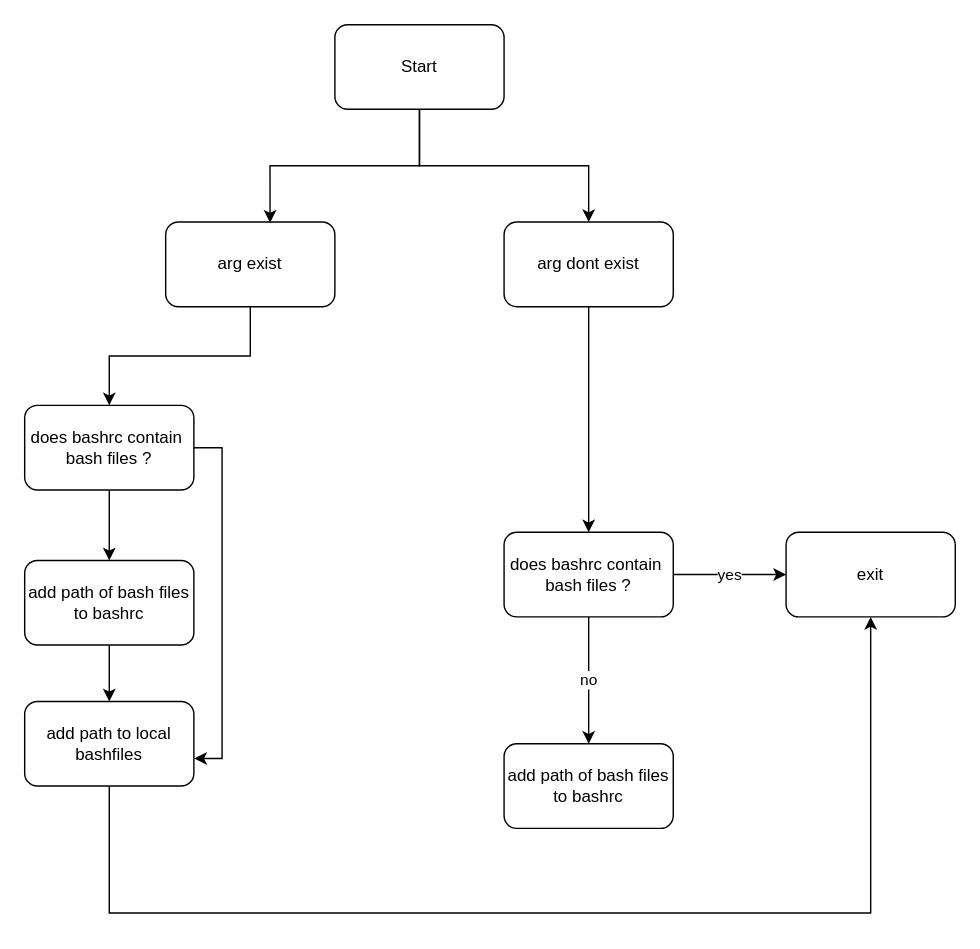
streamtechteam/global_path_add keeps this draw.io diagram as global_path_add.drawio. Above is the earlier version. Source tidied: cells renumbered, new cells numbered last; positions are measured from the earlier drawing's top-left corner, leaving out a move shared by most shapes. Both pictures are drawn from the tidied source at 141%, with x=0, y=0 at pixel (24, 24).
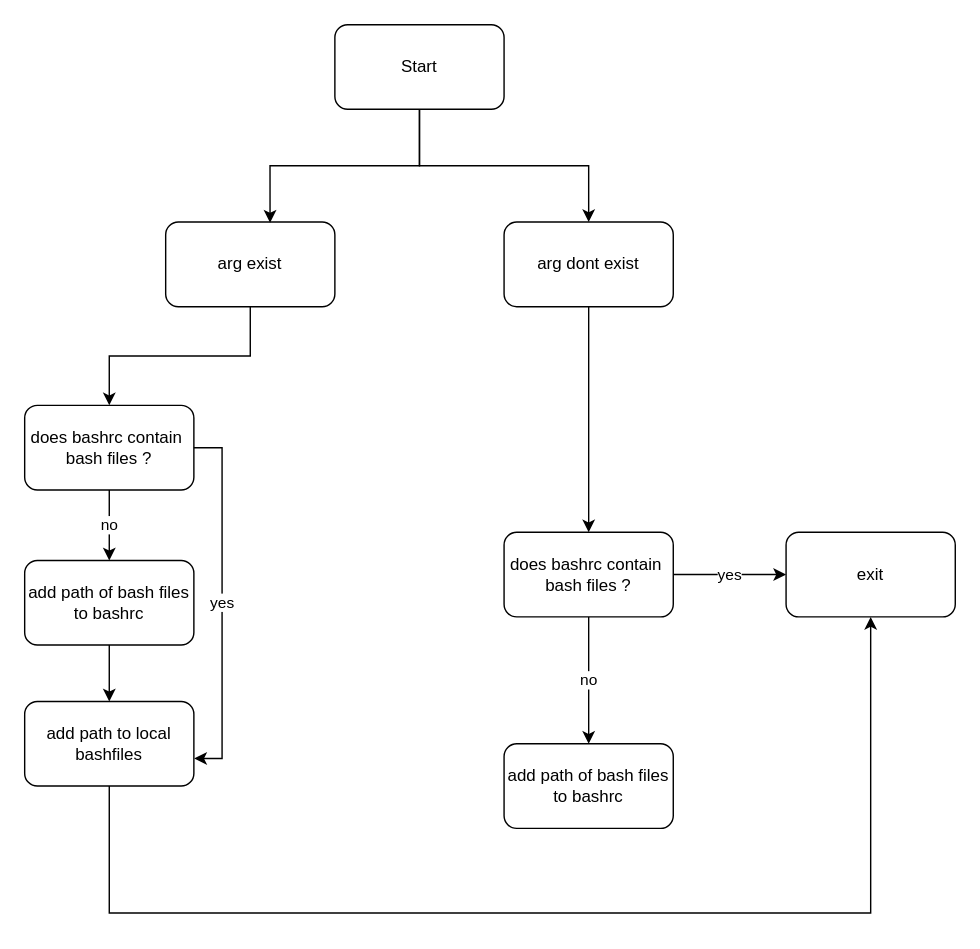
The same page after the edit.

The change refers to these unchanged cells:
```xml
<mxCell id="13" value="add path to local bashfiles" style="whiteSpace=wrap;html=1;rounded=1;" parent="1" vertex="1">
  <mxGeometry y="480" width="120" height="60" as="geometry" />
</mxCell>
<mxCell id="17" value="does bashrc contain&amp;nbsp;&lt;div&gt;bash files ?&lt;/div&gt;" style="whiteSpace=wrap;html=1;rounded=1;" parent="1" vertex="1">
  <mxGeometry y="270" width="120" height="60" as="geometry" />
</mxCell>
<mxCell id="19" value="add path of bash files to bashrc" style="whiteSpace=wrap;html=1;rounded=1;" parent="1" vertex="1">
  <mxGeometry y="380" width="120" height="60" as="geometry" />
</mxCell>
```

Diff of the diagram source:
```diff
@@
-    <mxCell id="16" style="edgeStyle=orthogonalEdgeStyle;rounded=0;jettySize=auto;html=1;" parent="1" edge="1" source="17" target="19">
+    <mxCell id="16" value="no" style="edgeStyle=orthogonalEdgeStyle;rounded=0;jettySize=auto;html=1;" parent="1" edge="1" source="17" target="19">
       <mxGeometry relative="1" as="geometry" />
     </mxCell>
@@
-    <mxCell id="20" style="edgeStyle=orthogonalEdgeStyle;rounded=0;jettySize=auto;html=1;entryX=1.002;entryY=0.674;entryDx=0;entryDy=0;entryPerimeter=0;" parent="1" edge="1" source="17" target="13">
+    <mxCell id="20" value="yes" style="edgeStyle=orthogonalEdgeStyle;rounded=0;jettySize=auto;html=1;entryX=1.002;entryY=0.674;entryDx=0;entryDy=0;entryPerimeter=0;" parent="1" edge="1" source="17" target="13">
       <mxGeometry relative="1" as="geometry">
         <Array as="points">
           <mxPoint x="140" y="300" />
           <mxPoint x="140" y="520" />
         </Array>
       </mxGeometry>
     </mxCell>
```
